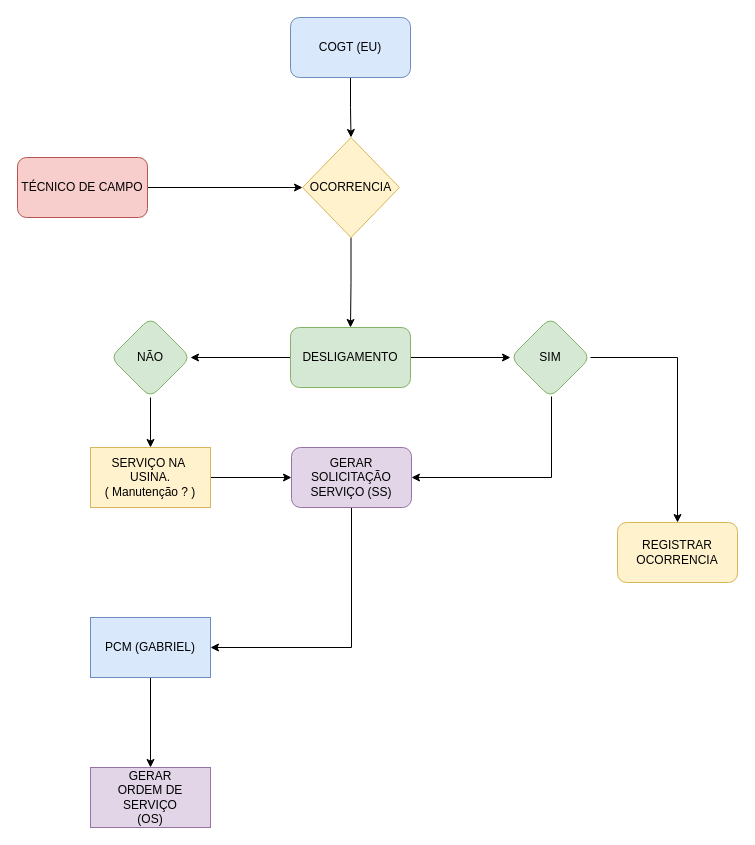
Earlier version of the draw.io diagram Diagrama sem nome.drawio (Rantary821/RAD-Project). Source tidied: cells renumbered, new cells numbered last; positions are measured from the earlier drawing's top-left corner, leaving out a move shared by most shapes. Both pictures are drawn from the tidied source at 100%, with x=0, y=0 at pixel (17, 17).
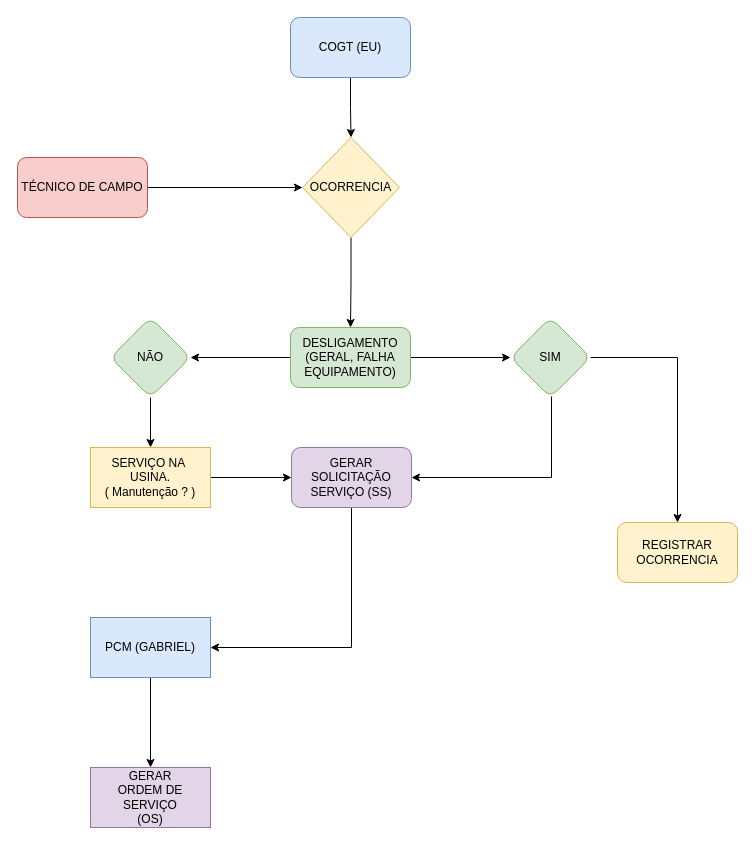
After the change.

What changed in the source:
```diff
@@
-    <mxCell id="8" value="DESLIGAMENTO" style="rounded=1;whiteSpace=wrap;html=1;fillColor=#d5e8d4;strokeColor=#82b366;" parent="1" vertex="1">
+    <mxCell id="8" value="DESLIGAMENTO&lt;br&gt;(GERAL, FALHA EQUIPAMENTO)" style="rounded=1;whiteSpace=wrap;html=1;fillColor=#d5e8d4;strokeColor=#82b366;" parent="1" vertex="1">
       <mxGeometry x="273" y="310" width="120" height="60" as="geometry" />
     </mxCell>
```
